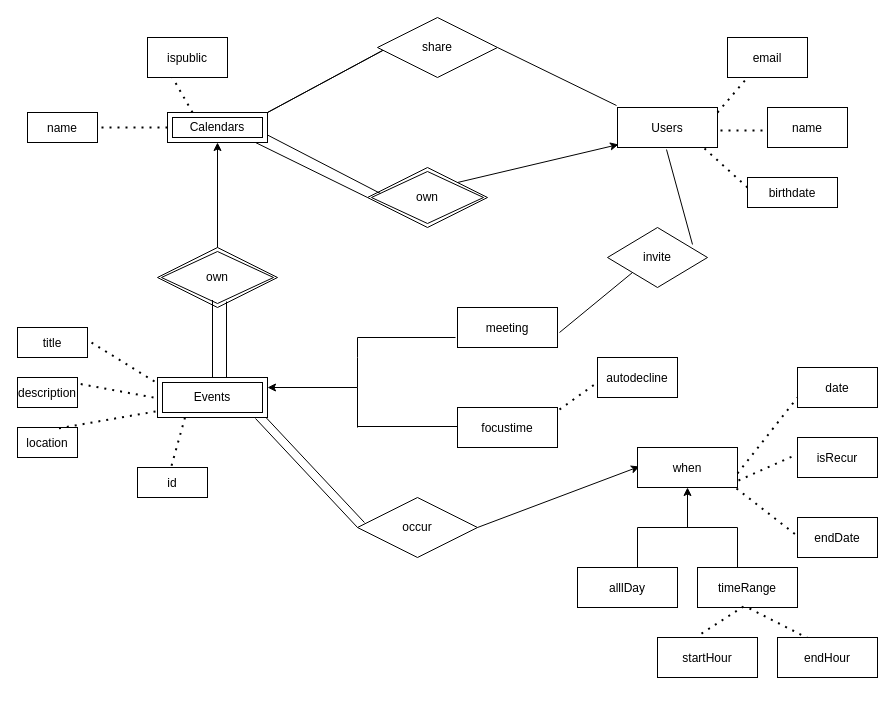
MarionetteSHF/data_wrangling_i keeps this draw.io diagram as Untitled Diagram.drawio. Above is the earlier version. Source tidied: cells renumbered, new cells numbered last; positions are measured from the earlier drawing's top-left corner, leaving out a move shared by most shapes. Both pictures are drawn from the tidied source at 100%, with x=0, y=0 at pixel (17, 17).
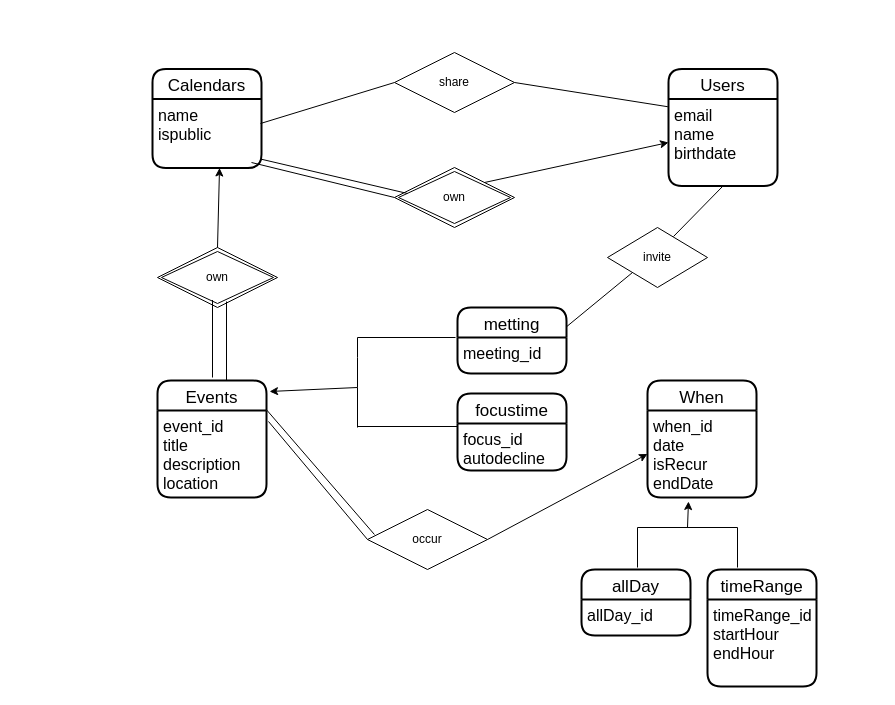
Above is the later version.

Unchanged cells that the change refers to:
```xml
<mxCell id="52" value="invite" style="shape=rhombus;perimeter=rhombusPerimeter;whiteSpace=wrap;html=1;align=center;" parent="1" vertex="1">
  <mxGeometry x="590" y="210" width="100" height="60" as="geometry" />
</mxCell>
```

What changed in the source:
```diff
@@
-    <mxCell id="2" value="Users" style="shape=umlLifeline;perimeter=lifelinePerimeter;rounded=0;shadow=0;strokeWidth=1;" parent="1" vertex="1">
-      <mxGeometry x="600" y="90" width="100" height="40" as="geometry" />
-    </mxCell>
-    <mxCell id="3" style="endArrow=none;html=1;rounded=0;entryX=0;entryY=0.5;entryDx=0;entryDy=0;exitX=1;exitY=0;exitDx=0;exitDy=0;" parent="1" edge="1" source="7">
-      <mxGeometry relative="1" as="geometry">
-        <mxPoint x="380" y="25" as="targetPoint" />
-      </mxGeometry>
-    </mxCell>
-    <mxCell id="4" style="endArrow=none;html=1;rounded=0;entryX=-0.01;entryY=-0.05;entryDx=0;entryDy=0;entryPerimeter=0;exitX=1;exitY=0.5;exitDx=0;exitDy=0;startArrow=none;" parent="1" edge="1" source="19" target="2">
+    <mxCell id="4" style="endArrow=none;html=1;rounded=0;entryX=-0.006;entryY=0.089;entryDx=0;entryDy=0;entryPerimeter=0;exitX=1;exitY=0.5;exitDx=0;exitDy=0;startArrow=none;" parent="1" edge="1" source="19" target="68">
       <mxGeometry relative="1" as="geometry" />
     </mxCell>
-    <mxCell id="5" style="endArrow=classic;html=1;rounded=0;entryX=0.01;entryY=0.925;entryDx=0;entryDy=0;entryPerimeter=0;exitX=1;exitY=0;exitDx=0;exitDy=0;" parent="1" edge="1" source="6" target="2">
+    <mxCell id="5" style="endArrow=classic;html=1;rounded=0;entryX=0;entryY=0.5;entryDx=0;entryDy=0;exitX=1;exitY=0;exitDx=0;exitDy=0;" parent="1" edge="1" source="6" target="68">
       <mxGeometry relative="1" as="geometry" />
     </mxCell>
     <mxCell id="6" value="own" style="shape=rhombus;double=1;perimeter=rhombusPerimeter;whiteSpace=wrap;html=1;align=center;" parent="1" vertex="1">
-      <mxGeometry x="350" y="150" width="120" height="60" as="geometry" />
+      <mxGeometry x="377" y="150" width="120" height="60" as="geometry" />
     </mxCell>
-    <mxCell id="7" value="&lt;span&gt;Calendars&lt;/span&gt;" style="shape=ext;margin=3;double=1;whiteSpace=wrap;html=1;align=center;rotation=0;" parent="1" vertex="1">
-      <mxGeometry x="150" y="95" width="100" height="30" as="geometry" />
-    </mxCell>
-    <mxCell id="8" style="endArrow=none;dashed=1;html=1;dashPattern=1 3;strokeWidth=2;rounded=0;" parent="1" edge="1">
-      <mxGeometry relative="1" as="geometry">
-        <mxPoint x="700" y="95" as="sourcePoint" />
-        <mxPoint x="730" y="60" as="targetPoint" />
-      </mxGeometry>
-    </mxCell>
-    <mxCell id="9" style="endArrow=none;dashed=1;html=1;dashPattern=1 3;strokeWidth=2;rounded=0;exitX=1.03;exitY=0.575;exitDx=0;exitDy=0;exitPerimeter=0;" parent="1" edge="1" source="2">
-      <mxGeometry relative="1" as="geometry">
-        <mxPoint x="750" y="113" as="targetPoint" />
-      </mxGeometry>
-    </mxCell>
-    <mxCell id="10" style="endArrow=none;dashed=1;html=1;dashPattern=1 3;strokeWidth=2;rounded=0;exitX=0.87;exitY=1.025;exitDx=0;exitDy=0;exitPerimeter=0;" parent="1" edge="1" source="2">
-      <mxGeometry relative="1" as="geometry">
-        <mxPoint x="730" y="170" as="targetPoint" />
-      </mxGeometry>
-    </mxCell>
-    <mxCell id="11" value="email" style="shape=umlLifeline;perimeter=lifelinePerimeter;rounded=0;shadow=0;strokeWidth=1;" parent="1" vertex="1">
-      <mxGeometry x="710" y="20" width="80" height="40" as="geometry" />
-    </mxCell>
-    <mxCell id="12" value="name" style="shape=umlLifeline;perimeter=lifelinePerimeter;rounded=0;shadow=0;strokeWidth=1;" parent="1" vertex="1">
-      <mxGeometry x="750" y="90" width="80" height="40" as="geometry" />
-    </mxCell>
-    <mxCell id="13" value="birthdate" style="shape=umlLifeline;perimeter=lifelinePerimeter;rounded=0;shadow=0;strokeWidth=1;" parent="1" vertex="1">
-      <mxGeometry x="730" y="160" width="90" height="30" as="geometry" />
-    </mxCell>
-    <mxCell id="14" style="endArrow=none;html=1;rounded=0;entryX=0;entryY=0.5;entryDx=0;entryDy=0;exitX=1;exitY=0;exitDx=0;exitDy=0;" parent="1" edge="1">
-      <mxGeometry relative="1" as="geometry">
-        <mxPoint x="250" y="95" as="sourcePoint" />
-        <mxPoint x="380" y="25" as="targetPoint" />
-      </mxGeometry>
+    <mxCell id="14" style="endArrow=none;html=1;rounded=0;entryX=0;entryY=0.5;entryDx=0;entryDy=0;exitX=0.991;exitY=0.355;exitDx=0;exitDy=0;exitPerimeter=0;" parent="1" edge="1" source="69" target="19">
+      <mxGeometry relative="1" as="geometry" />
     </mxCell>
-    <mxCell id="15" style="endArrow=none;html=1;rounded=0;entryX=0.108;entryY=0.433;entryDx=0;entryDy=0;exitX=1;exitY=0.75;exitDx=0;exitDy=0;entryPerimeter=0;" parent="1" edge="1" source="7" target="6">
+    <mxCell id="15" style="endArrow=none;html=1;rounded=0;entryX=0.108;entryY=0.433;entryDx=0;entryDy=0;exitX=0.991;exitY=0.87;exitDx=0;exitDy=0;entryPerimeter=0;exitPerimeter=0;" parent="1" edge="1" source="69" target="6">
       <mxGeometry relative="1" as="geometry" />
     </mxCell>
-    <mxCell id="16" style="endArrow=none;html=1;rounded=0;entryX=0;entryY=0.5;entryDx=0;entryDy=0;exitX=0.88;exitY=1;exitDx=0;exitDy=0;exitPerimeter=0;" parent="1" edge="1" source="7" target="6">
-      <mxGeometry relative="1" as="geometry" />
+    <mxCell id="16" style="endArrow=none;html=1;rounded=0;entryX=0;entryY=0.5;entryDx=0;entryDy=0;" parent="1" edge="1" target="6">
+      <mxGeometry relative="1" as="geometry">
+        <mxPoint x="234" y="145" as="sourcePoint" />
+      </mxGeometry>
     </mxCell>
-    <mxCell id="17" value="ispublic" style="shape=umlLifeline;perimeter=lifelinePerimeter;rounded=0;shadow=0;strokeWidth=1;" parent="1" vertex="1">
-      <mxGeometry x="130" y="20" width="80" height="40" as="geometry" />
-    </mxCell>
-    <mxCell id="18" style="endArrow=none;dashed=1;html=1;dashPattern=1 3;strokeWidth=2;rounded=0;exitX=0.25;exitY=0;exitDx=0;exitDy=0;" parent="1" edge="1" source="7">
-      <mxGeometry relative="1" as="geometry">
-        <mxPoint x="155" y="60" as="targetPoint" />
-      </mxGeometry>
-    </mxCell>
     <mxCell id="19" value="share" style="shape=rhombus;perimeter=rhombusPerimeter;whiteSpace=wrap;html=1;align=center;" parent="1" vertex="1">
-      <mxGeometry x="360" width="120" height="60" as="geometry" />
+      <mxGeometry x="377" y="35" width="120" height="60" as="geometry" />
     </mxCell>
-    <mxCell id="20" value="title" style="shape=umlLifeline;perimeter=lifelinePerimeter;rounded=0;shadow=0;strokeWidth=1;" parent="1" vertex="1">
-      <mxGeometry y="310" width="70" height="30" as="geometry" />
-    </mxCell>
-    <mxCell id="21" value="description" style="shape=umlLifeline;perimeter=lifelinePerimeter;rounded=0;shadow=0;strokeWidth=1;" parent="1" vertex="1">
-      <mxGeometry y="360" width="60" height="30" as="geometry" />
-    </mxCell>
-    <mxCell id="22" value="location" style="shape=umlLifeline;perimeter=lifelinePerimeter;rounded=0;shadow=0;strokeWidth=1;" parent="1" vertex="1">
-      <mxGeometry y="410" width="60" height="30" as="geometry" />
-    </mxCell>
-    <mxCell id="23" style="endArrow=none;dashed=1;html=1;dashPattern=1 3;strokeWidth=2;rounded=0;exitX=-0.03;exitY=0.1;exitDx=0;exitDy=0;exitPerimeter=0;entryX=0.986;entryY=0.4;entryDx=0;entryDy=0;entryPerimeter=0;" parent="1" edge="1" target="20">
-      <mxGeometry relative="1" as="geometry">
-        <mxPoint x="137" y="364" as="sourcePoint" />
-      </mxGeometry>
-    </mxCell>
-    <mxCell id="24" style="endArrow=none;dashed=1;html=1;dashPattern=1 3;strokeWidth=2;rounded=0;entryX=0.667;entryY=0.033;entryDx=0;entryDy=0;entryPerimeter=0;exitX=-0.02;exitY=0.85;exitDx=0;exitDy=0;exitPerimeter=0;" parent="1" edge="1" target="22">
-      <mxGeometry relative="1" as="geometry">
-        <mxPoint x="138" y="394" as="sourcePoint" />
-      </mxGeometry>
-    </mxCell>
-    <mxCell id="25" style="endArrow=none;dashed=1;html=1;dashPattern=1 3;strokeWidth=2;rounded=0;exitX=-0.04;exitY=0.5;exitDx=0;exitDy=0;exitPerimeter=0;entryX=1;entryY=0.2;entryDx=0;entryDy=0;entryPerimeter=0;" parent="1" edge="1" target="21">
-      <mxGeometry relative="1" as="geometry">
-        <mxPoint x="136" y="380" as="sourcePoint" />
-      </mxGeometry>
-    </mxCell>
-    <mxCell id="26" style="endArrow=none;html=1;rounded=0;entryX=0.058;entryY=0.417;entryDx=0;entryDy=0;entryPerimeter=0;exitX=1.01;exitY=0.8;exitDx=0;exitDy=0;exitPerimeter=0;" parent="1" edge="1" target="28">
-      <mxGeometry relative="1" as="geometry">
-        <mxPoint x="241" y="392" as="sourcePoint" />
-      </mxGeometry>
+    <mxCell id="26" style="endArrow=none;html=1;rounded=0;entryX=0.058;entryY=0.417;entryDx=0;entryDy=0;entryPerimeter=0;exitX=1;exitY=0.25;exitDx=0;exitDy=0;" parent="1" edge="1" source="58" target="28">
+      <mxGeometry relative="1" as="geometry" />
     </mxCell>
-    <mxCell id="27" style="endArrow=none;html=1;rounded=0;entryX=0;entryY=0.5;entryDx=0;entryDy=0;exitX=0.98;exitY=1.025;exitDx=0;exitDy=0;exitPerimeter=0;" parent="1" edge="1" target="28">
-      <mxGeometry relative="1" as="geometry">
-        <mxPoint x="238" y="401" as="sourcePoint" />
-      </mxGeometry>
+    <mxCell id="27" style="endArrow=none;html=1;rounded=0;entryX=0;entryY=0.5;entryDx=0;entryDy=0;exitX=1.018;exitY=0.126;exitDx=0;exitDy=0;exitPerimeter=0;" parent="1" edge="1" source="72" target="28">
+      <mxGeometry relative="1" as="geometry" />
     </mxCell>
     <mxCell id="28" value="occur" style="shape=rhombus;perimeter=rhombusPerimeter;whiteSpace=wrap;html=1;align=center;" parent="1" vertex="1">
-      <mxGeometry x="340" y="480" width="120" height="60" as="geometry" />
+      <mxGeometry x="350" y="492" width="120" height="60" as="geometry" />
     </mxCell>
-    <mxCell id="29" style="endArrow=classic;html=1;rounded=0;exitX=1;exitY=0.5;exitDx=0;exitDy=0;entryX=0.02;entryY=0.475;entryDx=0;entryDy=0;entryPerimeter=0;" parent="1" edge="1" source="28" target="30">
+    <mxCell id="29" style="endArrow=classic;html=1;rounded=0;exitX=1;exitY=0.5;exitDx=0;exitDy=0;entryX=0;entryY=0.5;entryDx=0;entryDy=0;" parent="1" edge="1" source="28" target="71">
       <mxGeometry relative="1" as="geometry" />
     </mxCell>
-    <mxCell id="30" value="when" style="shape=umlLifeline;perimeter=lifelinePerimeter;rounded=0;shadow=0;strokeWidth=1;" parent="1" vertex="1">
-      <mxGeometry x="620" y="430" width="100" height="40" as="geometry" />
-    </mxCell>
-    <mxCell id="31" value="date" style="shape=umlLifeline;perimeter=lifelinePerimeter;rounded=0;shadow=0;strokeWidth=1;" parent="1" vertex="1">
-      <mxGeometry x="780" y="350" width="80" height="40" as="geometry" />
-    </mxCell>
-    <mxCell id="32" value="isRecur" style="shape=umlLifeline;perimeter=lifelinePerimeter;rounded=0;shadow=0;strokeWidth=1;" parent="1" vertex="1">
-      <mxGeometry x="780" y="420" width="80" height="40" as="geometry" />
-    </mxCell>
-    <mxCell id="33" value="endDate" style="shape=umlLifeline;perimeter=lifelinePerimeter;rounded=0;shadow=0;strokeWidth=1;" parent="1" vertex="1">
-      <mxGeometry x="780" y="500" width="80" height="40" as="geometry" />
-    </mxCell>
-    <mxCell id="34" style="endArrow=none;dashed=1;html=1;dashPattern=1 3;strokeWidth=2;rounded=0;entryX=0;entryY=0.75;entryDx=0;entryDy=0;entryPerimeter=0;exitX=1;exitY=0.65;exitDx=0;exitDy=0;exitPerimeter=0;" parent="1" edge="1" source="30" target="31">
-      <mxGeometry relative="1" as="geometry" />
-    </mxCell>
-    <mxCell id="35" style="endArrow=none;dashed=1;html=1;dashPattern=1 3;strokeWidth=2;rounded=0;entryX=-0.012;entryY=0.425;entryDx=0;entryDy=0;entryPerimeter=0;exitX=1.01;exitY=0.825;exitDx=0;exitDy=0;exitPerimeter=0;" parent="1" edge="1" source="30" target="32">
-      <mxGeometry relative="1" as="geometry" />
-    </mxCell>
-    <mxCell id="36" style="endArrow=none;dashed=1;html=1;dashPattern=1 3;strokeWidth=2;rounded=0;entryX=-0.025;entryY=0.425;entryDx=0;entryDy=0;entryPerimeter=0;exitX=0.99;exitY=1.025;exitDx=0;exitDy=0;exitPerimeter=0;" parent="1" edge="1" source="30" target="33">
-      <mxGeometry relative="1" as="geometry" />
-    </mxCell>
@@
-    <mxCell id="40" value="timeRange" style="shape=umlLifeline;perimeter=lifelinePerimeter;rounded=0;shadow=0;strokeWidth=1;" parent="1" vertex="1">
-      <mxGeometry x="680" y="550" width="100" height="40" as="geometry" />
-    </mxCell>
-    <mxCell id="41" value="alllDay" style="shape=umlLifeline;perimeter=lifelinePerimeter;rounded=0;shadow=0;strokeWidth=1;" parent="1" vertex="1">
-      <mxGeometry x="560" y="550" width="100" height="40" as="geometry" />
-    </mxCell>
-    <mxCell id="42" style="endArrow=classic;html=1;rounded=0;entryX=0.5;entryY=1;entryDx=0;entryDy=0;entryPerimeter=0;" parent="1" edge="1" target="30">
+    <mxCell id="42" style="endArrow=classic;html=1;rounded=0;entryX=0.376;entryY=1.046;entryDx=0;entryDy=0;entryPerimeter=0;" parent="1" edge="1" target="71">
       <mxGeometry relative="1" as="geometry">
         <mxPoint x="670" y="510" as="sourcePoint" />
       </mxGeometry>
     </mxCell>
-    <mxCell id="43" style="endArrow=none;dashed=1;html=1;dashPattern=1 3;strokeWidth=2;rounded=0;exitX=0.52;exitY=1.025;exitDx=0;exitDy=0;exitPerimeter=0;entryX=0.33;entryY=0.05;entryDx=0;entryDy=0;entryPerimeter=0;" parent="1" edge="1" source="40" target="45">
-      <mxGeometry relative="1" as="geometry" />
-    </mxCell>
-    <mxCell id="44" style="endArrow=none;dashed=1;html=1;dashPattern=1 3;strokeWidth=2;rounded=0;exitX=0.46;exitY=0.975;exitDx=0;exitDy=0;exitPerimeter=0;entryX=0.41;entryY=-0.05;entryDx=0;entryDy=0;entryPerimeter=0;" parent="1" edge="1" source="40" target="46">
-      <mxGeometry relative="1" as="geometry" />
-    </mxCell>
-    <mxCell id="45" value="endHour" style="shape=umlLifeline;perimeter=lifelinePerimeter;rounded=0;shadow=0;strokeWidth=1;" parent="1" vertex="1">
-      <mxGeometry x="760" y="620" width="100" height="40" as="geometry" />
-    </mxCell>
-    <mxCell id="46" value="startHour" style="shape=umlLifeline;perimeter=lifelinePerimeter;rounded=0;shadow=0;strokeWidth=1;" parent="1" vertex="1">
-      <mxGeometry x="640" y="620" width="100" height="40" as="geometry" />
-    </mxCell>
@@
-    <mxCell id="49" value="focustime" style="shape=umlLifeline;perimeter=lifelinePerimeter;rounded=0;shadow=0;strokeWidth=1;" parent="1" vertex="1">
-      <mxGeometry x="440" y="390" width="100" height="40" as="geometry" />
-    </mxCell>
-    <mxCell id="50" value="meeting" style="shape=umlLifeline;perimeter=lifelinePerimeter;rounded=0;shadow=0;strokeWidth=1;" parent="1" vertex="1">
-      <mxGeometry x="440" y="290" width="100" height="40" as="geometry" />
-    </mxCell>
-    <mxCell id="51" style="endArrow=none;html=1;rounded=0;exitX=1.02;exitY=0.625;exitDx=0;exitDy=0;exitPerimeter=0;entryX=0;entryY=1;entryDx=0;entryDy=0;" parent="1" edge="1" source="50" target="52">
-      <mxGeometry relative="1" as="geometry" />
+    <mxCell id="51" style="endArrow=none;html=1;rounded=0;exitX=1.02;exitY=0.625;exitDx=0;exitDy=0;exitPerimeter=0;entryX=0;entryY=1;entryDx=0;entryDy=0;" parent="1" edge="1" target="52">
+      <mxGeometry relative="1" as="geometry">
+        <mxPoint x="542" y="315" as="sourcePoint" />
+      </mxGeometry>
     </mxCell>
@@
-    <mxCell id="53" style="endArrow=none;html=1;rounded=0;exitX=0.85;exitY=0.283;exitDx=0;exitDy=0;exitPerimeter=0;entryX=0.49;entryY=1.05;entryDx=0;entryDy=0;entryPerimeter=0;" parent="1" edge="1" source="52" target="2">
+    <mxCell id="53" style="endArrow=none;html=1;rounded=0;exitX=0.66;exitY=0.15;exitDx=0;exitDy=0;entryX=0.5;entryY=1;entryDx=0;entryDy=0;exitPerimeter=0;" parent="1" edge="1" source="52" target="68">
       <mxGeometry relative="1" as="geometry" />
     </mxCell>
-    <mxCell id="54" value="autodecline" style="shape=umlLifeline;perimeter=lifelinePerimeter;rounded=0;shadow=0;strokeWidth=1;" parent="1" vertex="1">
-      <mxGeometry x="580" y="340" width="80" height="40" as="geometry" />
-    </mxCell>
@@
-    <mxCell id="56" style="endArrow=none;dashed=1;html=1;dashPattern=1 3;strokeWidth=2;rounded=0;exitX=1.02;exitY=0.05;exitDx=0;exitDy=0;exitPerimeter=0;entryX=-0.037;entryY=0.675;entryDx=0;entryDy=0;entryPerimeter=0;" parent="1" edge="1" source="49" target="54">
-      <mxGeometry relative="1" as="geometry" />
-    </mxCell>
-    <mxCell id="57" style="endArrow=none;html=1;rounded=0;entryX=-0.02;entryY=0.75;entryDx=0;entryDy=0;entryPerimeter=0;" parent="1" edge="1" target="50">
+    <mxCell id="57" style="endArrow=none;html=1;rounded=0;entryX=-0.02;entryY=0.75;entryDx=0;entryDy=0;entryPerimeter=0;" parent="1" edge="1">
       <mxGeometry relative="1" as="geometry">
         <mxPoint x="340" y="320" as="sourcePoint" />
+        <mxPoint x="438" y="320" as="targetPoint" />
       </mxGeometry>
     </mxCell>
-    <mxCell id="58" value="&lt;span&gt;Events&lt;/span&gt;" style="shape=ext;margin=3;double=1;whiteSpace=wrap;html=1;align=center;rotation=0;" parent="1" vertex="1">
-      <mxGeometry x="140" y="360" width="110" height="40" as="geometry" />
-    </mxCell>
@@
-    <mxCell id="60" style="endArrow=none;html=1;rounded=0;entryX=0.25;entryY=0;entryDx=0;entryDy=0;" parent="1" edge="1">
+    <mxCell id="60" style="endArrow=none;html=1;rounded=0;" parent="1" edge="1">
       <mxGeometry relative="1" as="geometry">
         <mxPoint x="209" y="284" as="sourcePoint" />
-        <mxPoint x="209" y="360" as="targetPoint" />
+        <mxPoint x="209" y="365" as="targetPoint" />
       </mxGeometry>
     </mxCell>
-    <mxCell id="61" style="endArrow=classic;html=1;rounded=0;entryX=0.5;entryY=1;entryDx=0;entryDy=0;" parent="1" edge="1" target="7">
+    <mxCell id="61" style="endArrow=classic;html=1;rounded=0;entryX=0.615;entryY=1;entryDx=0;entryDy=0;entryPerimeter=0;" parent="1" edge="1" target="69">
       <mxGeometry relative="1" as="geometry">
         <mxPoint x="200" y="230" as="sourcePoint" />
       </mxGeometry>
     </mxCell>
@@
-    <mxCell id="63" value="name" style="shape=umlLifeline;perimeter=lifelinePerimeter;rounded=0;shadow=0;strokeWidth=1;" parent="1" vertex="1">
-      <mxGeometry x="10" y="95" width="70" height="30" as="geometry" />
-    </mxCell>
-    <mxCell id="64" style="endArrow=none;dashed=1;html=1;dashPattern=1 3;strokeWidth=2;rounded=0;exitX=0;exitY=0.5;exitDx=0;exitDy=0;" parent="1" edge="1" source="7">
-      <mxGeometry relative="1" as="geometry">
-        <mxPoint x="80" y="110" as="targetPoint" />
-      </mxGeometry>
-    </mxCell>
-    <mxCell id="65" value="id" style="shape=umlLifeline;perimeter=lifelinePerimeter;rounded=0;shadow=0;strokeWidth=1;" parent="1" vertex="1">
-      <mxGeometry x="120" y="450" width="70" height="30" as="geometry" />
-    </mxCell>
-    <mxCell id="66" style="endArrow=none;dashed=1;html=1;dashPattern=1 3;strokeWidth=2;rounded=0;exitX=0.25;exitY=1;exitDx=0;exitDy=0;entryX=0.471;entryY=0.067;entryDx=0;entryDy=0;entryPerimeter=0;" parent="1" edge="1" source="58" target="65">
-      <mxGeometry relative="1" as="geometry" />
-    </mxCell>
-    <mxCell id="67" style="endArrow=classic;html=1;rounded=0;entryX=1;entryY=0.25;entryDx=0;entryDy=0;" parent="1" edge="1" target="58">
+    <mxCell id="67" style="endArrow=classic;html=1;rounded=0;entryX=1.028;entryY=0.094;entryDx=0;entryDy=0;entryPerimeter=0;" parent="1" edge="1" target="58">
       <mxGeometry relative="1" as="geometry">
         <mxPoint x="340" y="370" as="sourcePoint" />
       </mxGeometry>
     </mxCell>
+    <mxCell id="2" value="Users" style="swimlane;horizontal=1;startSize=30;rounded=1;fontSize=17;fontStyle=0;strokeWidth=2;shadow=0;dashed=0;align=center;" parent="1" vertex="1">
+      <mxGeometry x="651" y="51.5" width="109" height="117" as="geometry" />
+    </mxCell>
+    <mxCell id="68" value="email&#10;name&#10;birthdate&#10;" style="align=left;strokeColor=none;fillColor=none;spacingLeft=4;fontSize=16;verticalAlign=top;" parent="2" vertex="1">
+      <mxGeometry y="30" width="109" height="87" as="geometry" />
+    </mxCell>
+    <mxCell id="7" value="Calendars" style="swimlane;horizontal=1;startSize=30;rounded=1;fontSize=17;fontStyle=0;strokeWidth=2;shadow=0;dashed=0;align=center;" parent="1" vertex="1">
+      <mxGeometry x="135" y="51.5" width="109" height="99" as="geometry" />
+    </mxCell>
+    <mxCell id="69" value="name&#10;ispublic" style="align=left;strokeColor=none;fillColor=none;spacingLeft=4;fontSize=16;verticalAlign=top;" parent="7" vertex="1">
+      <mxGeometry y="30" width="109" height="69" as="geometry" />
+    </mxCell>
+    <mxCell id="70" value="When" style="swimlane;horizontal=1;startSize=30;rounded=1;fontSize=17;fontStyle=0;strokeWidth=2;shadow=0;dashed=0;align=center;" parent="1" vertex="1">
+      <mxGeometry x="630" y="363" width="109" height="117" as="geometry" />
+    </mxCell>
+    <mxCell id="71" value="when_id&#10;date&#10;isRecur&#10;endDate" style="align=left;strokeColor=none;fillColor=none;spacingLeft=4;fontSize=16;verticalAlign=top;" parent="70" vertex="1">
+      <mxGeometry y="30" width="109" height="87" as="geometry" />
+    </mxCell>
+    <mxCell id="58" value="Events" style="swimlane;horizontal=1;startSize=30;rounded=1;fontSize=17;fontStyle=0;strokeWidth=2;shadow=0;dashed=0;align=center;" parent="1" vertex="1">
+      <mxGeometry x="140" y="363" width="109" height="117" as="geometry" />
+    </mxCell>
+    <mxCell id="72" value="event_id&#10;title&#10;description&#10;location" style="align=left;strokeColor=none;fillColor=none;spacingLeft=4;fontSize=16;verticalAlign=top;" parent="58" vertex="1">
+      <mxGeometry y="30" width="109" height="87" as="geometry" />
+    </mxCell>
+    <mxCell id="40" value="timeRange" style="swimlane;horizontal=1;startSize=30;rounded=1;fontSize=17;fontStyle=0;strokeWidth=2;shadow=0;dashed=0;align=center;" parent="1" vertex="1">
+      <mxGeometry x="690" y="552" width="109" height="117" as="geometry" />
+    </mxCell>
+    <mxCell id="73" value="timeRange_id&#10;startHour&#10;endHour" style="align=left;strokeColor=none;fillColor=none;spacingLeft=4;fontSize=16;verticalAlign=top;" parent="40" vertex="1">
+      <mxGeometry y="30" width="109" height="87" as="geometry" />
+    </mxCell>
+    <mxCell id="49" value="focustime" style="swimlane;horizontal=1;startSize=30;rounded=1;fontSize=17;fontStyle=0;strokeWidth=2;shadow=0;dashed=0;align=center;" parent="1" vertex="1">
+      <mxGeometry x="440" y="376" width="109" height="77" as="geometry" />
+    </mxCell>
+    <mxCell id="74" value="focus_id&#10;autodecline" style="align=left;strokeColor=none;fillColor=none;spacingLeft=4;fontSize=16;verticalAlign=top;" parent="49" vertex="1">
+      <mxGeometry y="30" width="109" height="47" as="geometry" />
+    </mxCell>
+    <mxCell id="75" value="metting" style="swimlane;horizontal=1;startSize=30;rounded=1;fontSize=17;fontStyle=0;strokeWidth=2;shadow=0;dashed=0;align=center;" parent="1" vertex="1">
+      <mxGeometry x="440" y="290" width="109" height="66" as="geometry" />
+    </mxCell>
+    <mxCell id="76" value="meeting_id" style="align=left;strokeColor=none;fillColor=none;spacingLeft=4;fontSize=16;verticalAlign=top;" parent="75" vertex="1">
+      <mxGeometry y="30" width="109" height="36" as="geometry" />
+    </mxCell>
+    <mxCell id="77" value="allDay" style="swimlane;horizontal=1;startSize=30;rounded=1;fontSize=17;fontStyle=0;strokeWidth=2;shadow=0;dashed=0;align=center;" parent="1" vertex="1">
+      <mxGeometry x="564" y="552" width="109" height="66" as="geometry" />
+    </mxCell>
+    <mxCell id="78" value="allDay_id" style="align=left;strokeColor=none;fillColor=none;spacingLeft=4;fontSize=16;verticalAlign=top;" parent="77" vertex="1">
+      <mxGeometry y="30" width="109" height="36" as="geometry" />
+    </mxCell>
```
